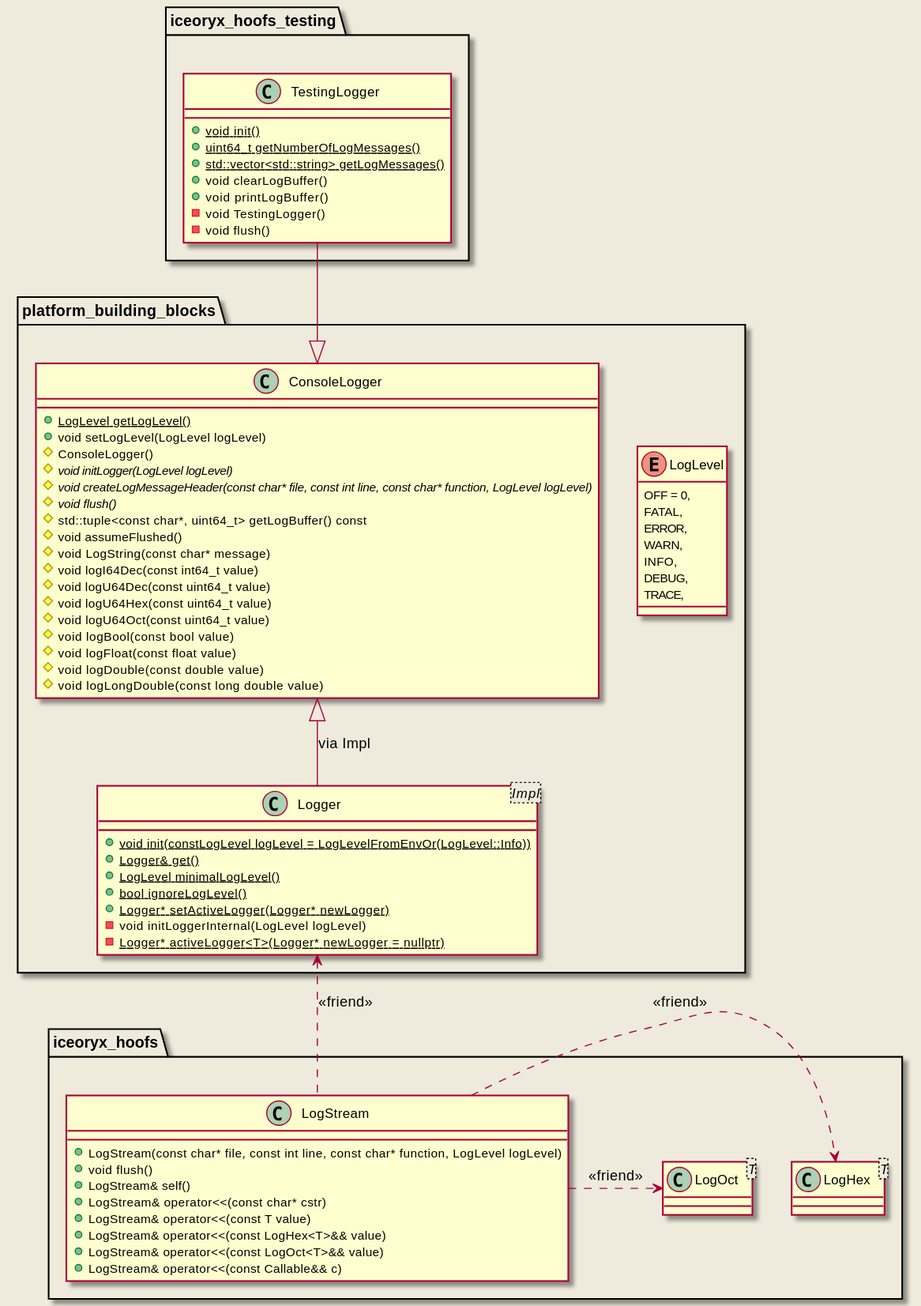
The PlantUML diagram doc/website/images/logging_classes.svg in eclipse-iceoryx/iceoryx, before a commit. Its source is kept beside it as doc/design/diagrams/logging/logging_classes.puml.
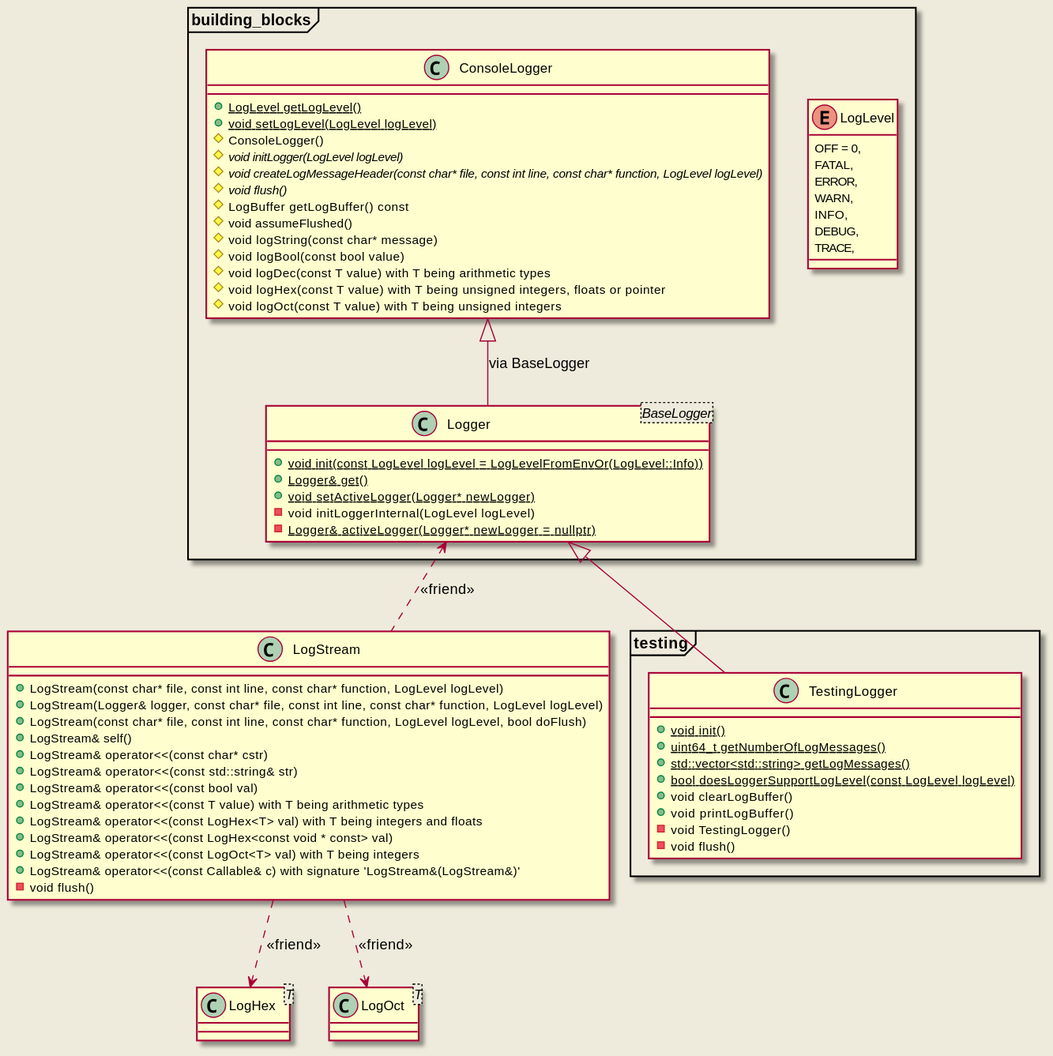
The same file after the commit.

Commit message:
iox-#1345 Update diagrams and some sections of the logger design

Diff of the diagram source:
```diff
@@ -1,6 +1,6 @@
 @startuml
 
-package platform_building_blocks {
+package building_blocks <<Frame>> {
 
 enum LogLevel {
     OFF = 0,
@@ -12,44 +12,39 @@
     TRACE,
 }
 
-class Logger <Impl> {
-  + {static} void init(constLogLevel logLevel = LogLevelFromEnvOr(LogLevel::Info))
+class Logger <BaseLogger> {
+  + {static} void init(const LogLevel logLevel = LogLevelFromEnvOr(LogLevel::Info))
   + {static} Logger& get()
-  + {static} LogLevel minimalLogLevel()
-  + {static} bool ignoreLogLevel()
-  + {static} Logger* setActiveLogger(Logger* newLogger)
+  + {static} void setActiveLogger(Logger* newLogger)
   - void initLoggerInternal(LogLevel logLevel)
-  - {static} Logger* activeLogger<T>(Logger* newLogger = nullptr)
+  - {static} Logger& activeLogger(Logger* newLogger = nullptr)
 }
 
 class ConsoleLogger {
   + {static} LogLevel getLogLevel()
-  + void setLogLevel(LogLevel logLevel)
+  + {static} void setLogLevel(LogLevel logLevel)
   # ConsoleLogger()
   # {abstract} void initLogger(LogLevel logLevel)
   # {abstract} void createLogMessageHeader(const char* file, const int line, const char* function, LogLevel logLevel)
   # {abstract} void flush()
-  # std::tuple<const char*, uint64_t> getLogBuffer() const
+  # LogBuffer getLogBuffer() const
   # void assumeFlushed()
-  # void LogString(const char* message)
-  # void logI64Dec(const int64_t value)
-  # void logU64Dec(const uint64_t value)
-  # void logU64Hex(const uint64_t value)
-  # void logU64Oct(const uint64_t value)
+  # void logString(const char* message)
   # void logBool(const bool value)
-  # void logFloat(const float value)
-  # void logDouble(const double value)
-  # void logLongDouble(const long double value)
+  # void logDec(const T value) with T being arithmetic types
+  # void logHex(const T value) with T being unsigned integers, floats or pointer
+  # void logOct(const T value) with T being unsigned integers
 }
 
 }
 
-package iceoryx_hoofs_testing {
+package testing <<Frame>> {
 
 class TestingLogger {
   + {static} void init()
   + {static} uint64_t getNumberOfLogMessages()
   + {static} std::vector<std::string> getLogMessages()
+  + {static} bool doesLoggerSupportLogLevel(const LogLevel logLevel)
   + void clearLogBuffer()
   + void printLogBuffer()
   - void TestingLogger()
@@ -58,29 +53,30 @@
 
 }
 
-package iceoryx_hoofs {
-
 class LogHex <T> {}
 
 class LogOct <T> {}
 
 class LogStream {
   + LogStream(const char* file, const int line, const char* function, LogLevel logLevel)
-  + void flush()
+  + LogStream(Logger& logger, const char* file, const int line, const char* function, LogLevel logLevel)
+  + LogStream(const char* file, const int line, const char* function, LogLevel logLevel, bool doFlush)
   + LogStream& self()
   + LogStream& operator<<(const char* cstr)
-  + LogStream& operator<<(const T value)
-  + LogStream& operator<<(const LogHex<T>&& value)
-  + LogStream& operator<<(const LogOct<T>&& value)
-  + LogStream& operator<<(const Callable&& c)
+  + LogStream& operator<<(const std::string& str)
+  + LogStream& operator<<(const bool val)
+  + LogStream& operator<<(const T value) with T being arithmetic types
+  + LogStream& operator<<(const LogHex<T> val) with T being integers and floats
+  + LogStream& operator<<(const LogHex<const void * const> val)
+  + LogStream& operator<<(const LogOct<T> val) with T being integers
+  + LogStream& operator<<(const Callable& c) with signature 'LogStream&(LogStream&)'
+  - void flush()
 }
 
-}
-
-TestingLogger --|> ConsoleLogger
-ConsoleLogger <|-- Logger : via Impl
+ConsoleLogger <|-- Logger : via BaseLogger
+Logger <|-- TestingLogger
 Logger <.. LogStream : <<friend>>
-LogStream .> LogHex : <<friend>>
-LogStream .> LogOct : <<friend>>
+LogStream ..> LogHex : <<friend>>
+LogStream ..> LogOct : <<friend>>
 
 @enduml
```
